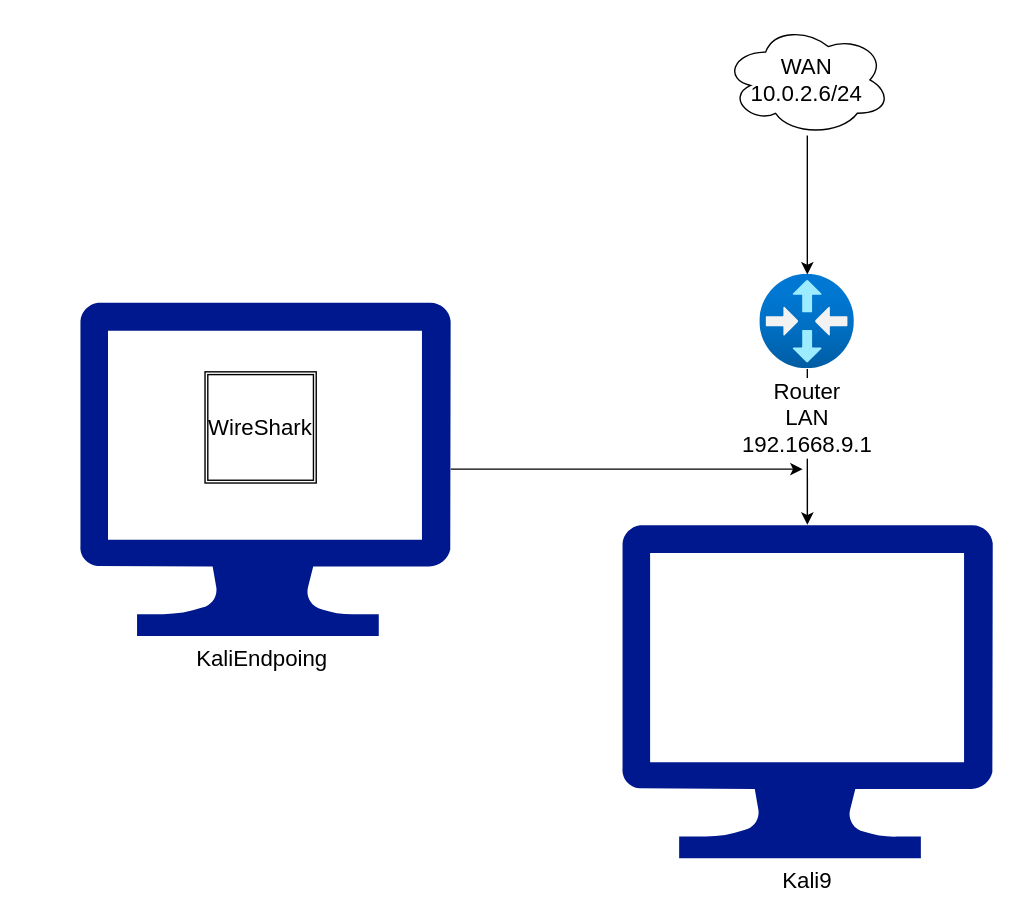
This is Lab9b.drawio from rgonzo1355/301-Reading-Notes, a draw.io file, before an edit. Source tidied: cells renumbered, new cells numbered last; positions are measured from the earlier drawing's top-left corner, leaving out a move shared by most shapes. Both pictures are drawn from the tidied source at 139%, with x=0, y=0 at pixel (79, 24).
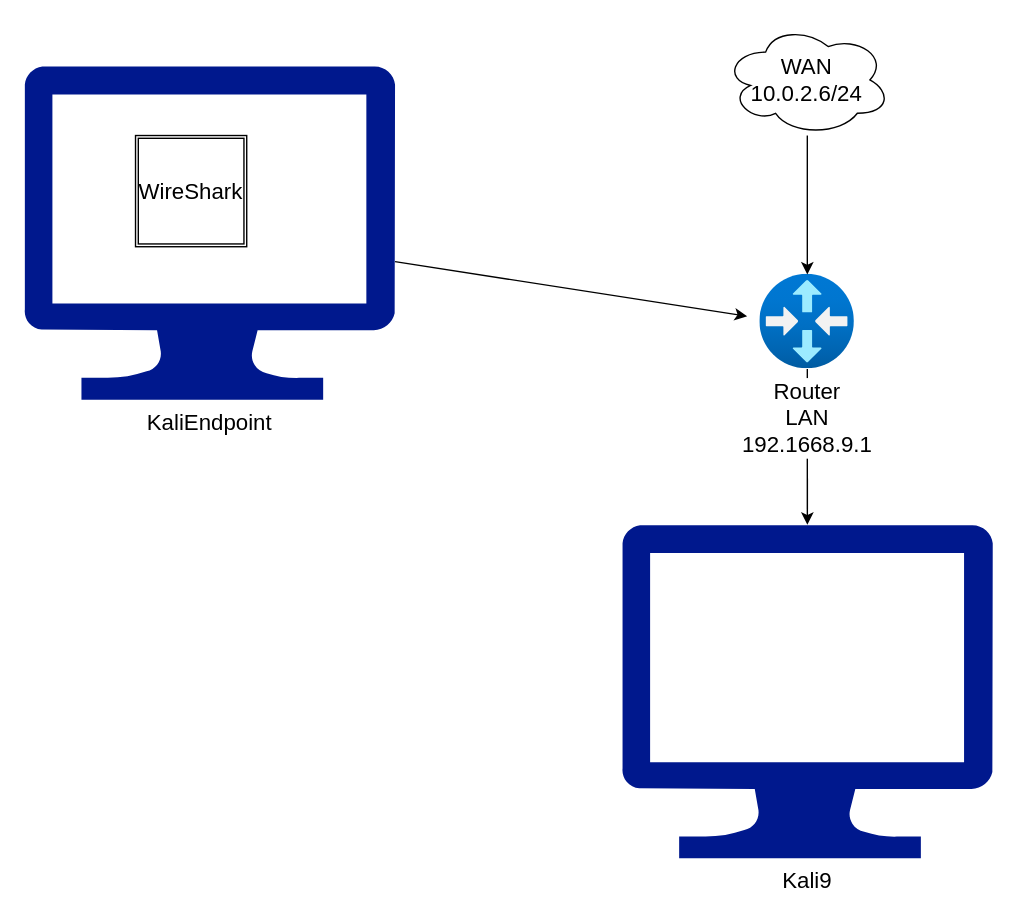
The same page after the edit.

Diff of the diagram source:
```diff
@@
 <mxGraphModel>
   <root>
     <mxCell id="0" />
     <mxCell id="1" parent="0" />
     <mxCell id="2" style="edgeStyle=none;html=1;fontSize=16;" parent="1" edge="1" source="3" target="6">
       <mxGeometry relative="1" as="geometry" />
     </mxCell>
     <mxCell id="3" value="&lt;font style=&quot;font-size: 16px;&quot;&gt;Router&lt;br&gt;LAN&lt;br&gt;192.1668.9.1&lt;/font&gt;" style="html=1;points=[];align=center;image;fontSize=12;image=img/lib/azure2/networking/Virtual_Router.svg;" parent="1" vertex="1">
       <mxGeometry x="489.3" y="180" width="68" height="68" as="geometry" />
     </mxCell>
     <mxCell id="4" style="edgeStyle=none;html=1;fontSize=16;" parent="1" edge="1" source="5">
       <mxGeometry relative="1" as="geometry">
-        <mxPoint x="520" y="320" as="targetPoint" />
+        <mxPoint x="480" y="210" as="targetPoint" />
       </mxGeometry>
     </mxCell>
-    <mxCell id="5" value="&lt;font style=&quot;font-size: 16px;&quot;&gt;KaliEndpoing&amp;nbsp;&lt;/font&gt;&lt;br&gt;" style="sketch=0;shadow=0;dashed=0;html=1;strokeColor=none;labelPosition=center;verticalLabelPosition=bottom;verticalAlign=top;align=center;fillColor=#00188D;shape=mxgraph.azure.computer;" parent="1" vertex="1">
-      <mxGeometry y="200" width="266.7" height="240" as="geometry" />
+    <mxCell id="5" value="&lt;font style=&quot;font-size: 16px;&quot;&gt;KaliEndpoint&lt;/font&gt;" style="sketch=0;shadow=0;dashed=0;html=1;strokeColor=none;labelPosition=center;verticalLabelPosition=bottom;verticalAlign=top;align=center;fillColor=#00188D;shape=mxgraph.azure.computer;" parent="1" vertex="1">
+      <mxGeometry x="-40" y="30" width="266.7" height="240" as="geometry" />
     </mxCell>
     <mxCell id="6" value="&lt;font style=&quot;font-size: 16px;&quot;&gt;Kali9&lt;br&gt;&lt;/font&gt;" style="sketch=0;shadow=0;dashed=0;html=1;strokeColor=none;labelPosition=center;verticalLabelPosition=bottom;verticalAlign=top;align=center;fillColor=#00188D;shape=mxgraph.azure.computer;" parent="1" vertex="1">
       <mxGeometry x="390" y="360" width="266.7" height="240" as="geometry" />
     </mxCell>
     <mxCell id="7" style="edgeStyle=none;html=1;fontSize=16;" parent="1" edge="1" source="8" target="3">
       <mxGeometry relative="1" as="geometry" />
     </mxCell>
     <mxCell id="8" value="&lt;font style=&quot;font-size: 16px;&quot;&gt;WAN&lt;br&gt;10.0.2.6/24&lt;/font&gt;" style="ellipse;shape=cloud;whiteSpace=wrap;html=1;" parent="1" vertex="1">
       <mxGeometry x="463.3" width="120" height="80" as="geometry" />
     </mxCell>
     <mxCell id="9" value="&lt;font style=&quot;font-size: 16px;&quot;&gt;WireShark&lt;/font&gt;" style="shape=ext;double=1;whiteSpace=wrap;html=1;" parent="1" vertex="1">
-      <mxGeometry x="90" y="250" width="80" height="80" as="geometry" />
+      <mxGeometry x="40" y="80" width="80" height="80" as="geometry" />
     </mxCell>
   </root>
 </mxGraphModel>
```
